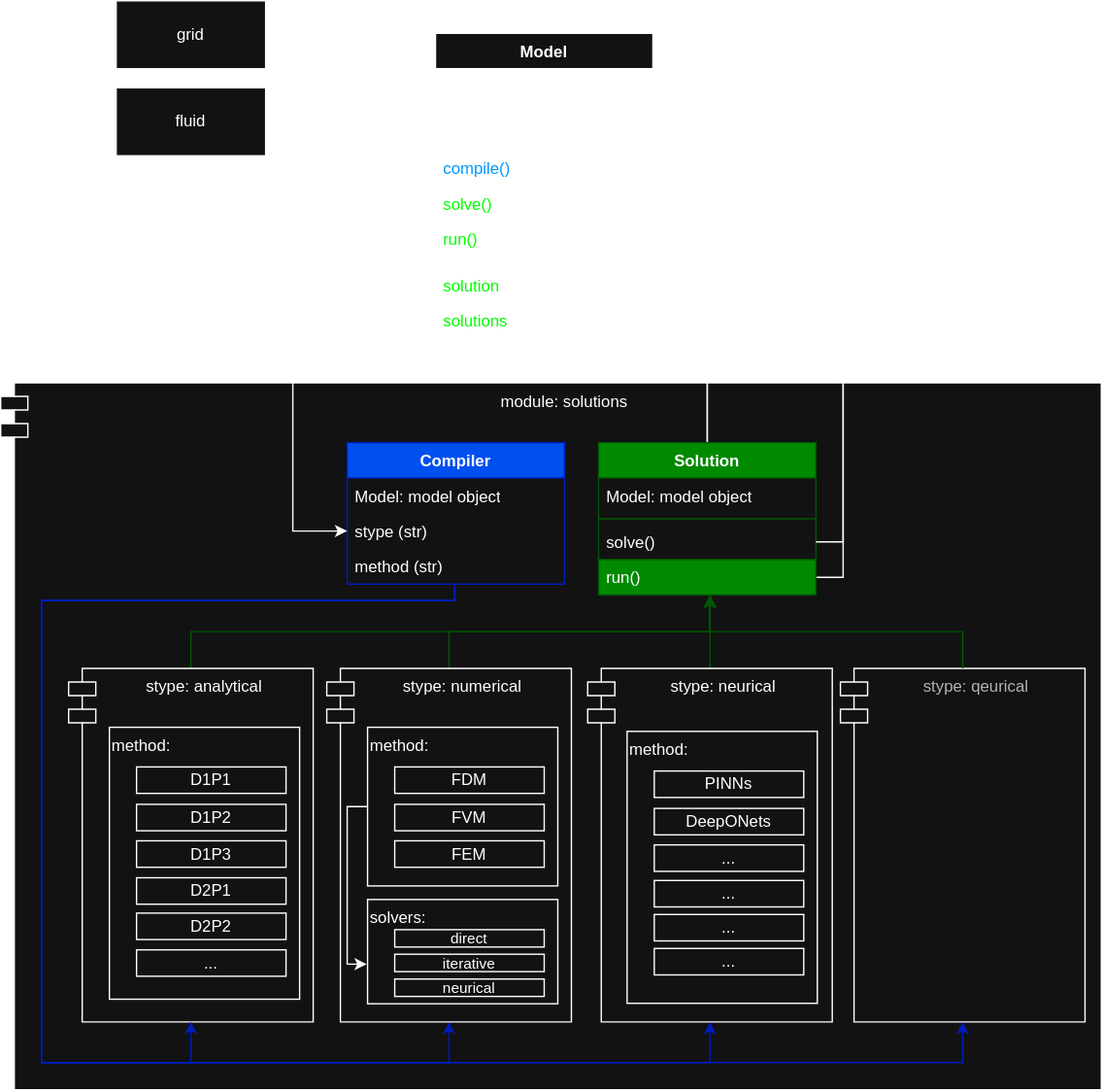
Earlier version of the draw.io export docs/source/user_guide/tutorials/attachments/tutorial_understand_compiling_solutions_diagram_dark.svg (hiesabx/reservoirflow). Source tidied: cells renumbered, new cells last; positions are measured from the earlier drawing's top-left corner, leaving out a move shared by most shapes.
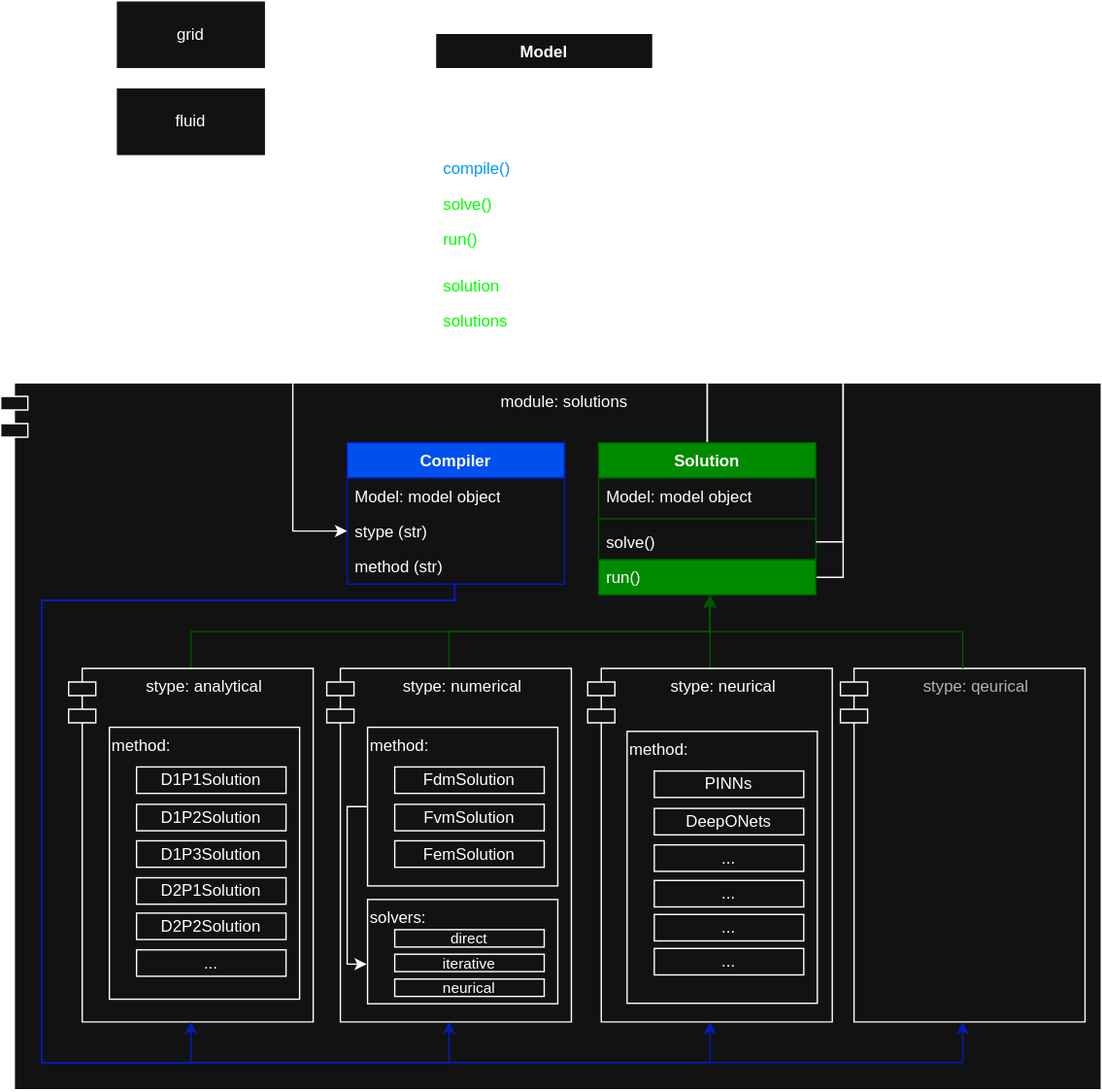
Later version of the same file.

What changed in the source:
```diff
@@ -160,13 +160,13 @@
     <mxCell id="45" value="method:&amp;nbsp;" style="html=1;whiteSpace=wrap;align=left;verticalAlign=top;" parent="44" vertex="1">
       <mxGeometry width="140" height="116.7" as="geometry" />
     </mxCell>
-    <mxCell id="46" value="FDM&lt;span style=&quot;color: rgba(0, 0, 0, 0); font-family: monospace; font-size: 0px; text-align: start; text-wrap: nowrap;&quot;&gt;%3CmxGraphModel%3E%3Croot%3E%3CmxCell%20id%3D%220%22%2F%3E%3CmxCell%20id%3D%221%22%20parent%3D%220%22%2F%3E%3CmxCell%20id%3D%222%22%20value%3D%22DeepONets%22%20style%3D%22html%3D1%3BwhiteSpace%3Dwrap%3B%22%20vertex%3D%221%22%20parent%3D%221%22%3E%3CmxGeometry%20x%3D%22670%22%20y%3D%22490%22%20width%3D%22110%22%20height%3D%2220%22%20as%3D%22geometry%22%2F%3E%3C%2FmxCell%3E%3C%2Froot%3E%3C%2FmxGraphModel%3E&lt;/span&gt;" style="html=1;whiteSpace=wrap;" parent="44" vertex="1">
+    <mxCell id="46" value="FdmSolution&lt;span style=&quot;color: rgba(0, 0, 0, 0); font-family: monospace; font-size: 0px; text-align: start; text-wrap: nowrap;&quot;&gt;%3CmxGraphModel%3E%3Croot%3E%3CmxCell%20id%3D%220%22%2F%3E%3CmxCell%20id%3D%221%22%20parent%3D%220%22%2F%3E%3CmxCell%20id%3D%222%22%20value%3D%22DeepONets%22%20style%3D%22html%3D1%3BwhiteSpace%3Dwrap%3B%22%20vertex%3D%221%22%20parent%3D%221%22%3E%3CmxGeometry%20x%3D%22670%22%20y%3D%22490%22%20width%3D%22110%22%20height%3D%2220%22%20as%3D%22geometry%22%2F%3E%3C%2FmxCell%3E%3C%2Froot%3E%3C%2FmxGraphModel%3E&lt;/span&gt;" style="html=1;whiteSpace=wrap;" parent="44" vertex="1">
       <mxGeometry x="20" y="29.2" width="110" height="19.4" as="geometry" />
     </mxCell>
-    <mxCell id="47" value="FVM" style="html=1;whiteSpace=wrap;" parent="44" vertex="1">
+    <mxCell id="47" value="FvmSolution" style="html=1;whiteSpace=wrap;" parent="44" vertex="1">
       <mxGeometry x="20" y="56.7" width="110" height="19.4" as="geometry" />
     </mxCell>
-    <mxCell id="48" value="FEM" style="html=1;whiteSpace=wrap;" parent="44" vertex="1">
+    <mxCell id="48" value="FemSolution" style="html=1;whiteSpace=wrap;" parent="44" vertex="1">
       <mxGeometry x="20" y="83.5" width="110" height="19.4" as="geometry" />
     </mxCell>
     <mxCell id="49" style="group;" parent="1" vertex="1">
@@ -199,19 +199,19 @@
     <mxCell id="58" value="method:&amp;nbsp;" style="html=1;whiteSpace=wrap;align=left;verticalAlign=top;" parent="57" vertex="1">
       <mxGeometry width="140" height="200" as="geometry" />
     </mxCell>
-    <mxCell id="59" value="D1P1" style="html=1;whiteSpace=wrap;" parent="57" vertex="1">
+    <mxCell id="59" value="D1P1Solution" style="html=1;whiteSpace=wrap;" parent="57" vertex="1">
       <mxGeometry x="20" y="29.2" width="110" height="19.4" as="geometry" />
     </mxCell>
-    <mxCell id="60" value="D1P2" style="html=1;whiteSpace=wrap;" parent="57" vertex="1">
+    <mxCell id="60" value="D1P2Solution" style="html=1;whiteSpace=wrap;" parent="57" vertex="1">
       <mxGeometry x="20" y="56.7" width="110" height="19.4" as="geometry" />
     </mxCell>
-    <mxCell id="61" value="D1P3" style="html=1;whiteSpace=wrap;" parent="57" vertex="1">
+    <mxCell id="61" value="D1P3Solution" style="html=1;whiteSpace=wrap;" parent="57" vertex="1">
       <mxGeometry x="20" y="83.5" width="110" height="19.4" as="geometry" />
     </mxCell>
-    <mxCell id="62" value="D2P1" style="html=1;whiteSpace=wrap;" parent="57" vertex="1">
+    <mxCell id="62" value="D2P1Solution" style="html=1;whiteSpace=wrap;" parent="57" vertex="1">
       <mxGeometry x="20" y="110.7" width="110" height="19.4" as="geometry" />
     </mxCell>
-    <mxCell id="63" value="D2P2" style="html=1;whiteSpace=wrap;" parent="57" vertex="1">
+    <mxCell id="63" value="D2P2Solution" style="html=1;whiteSpace=wrap;" parent="57" vertex="1">
       <mxGeometry x="20" y="136.7" width="110" height="19.4" as="geometry" />
     </mxCell>
     <mxCell id="64" value="..." style="html=1;whiteSpace=wrap;" parent="57" vertex="1">
```
